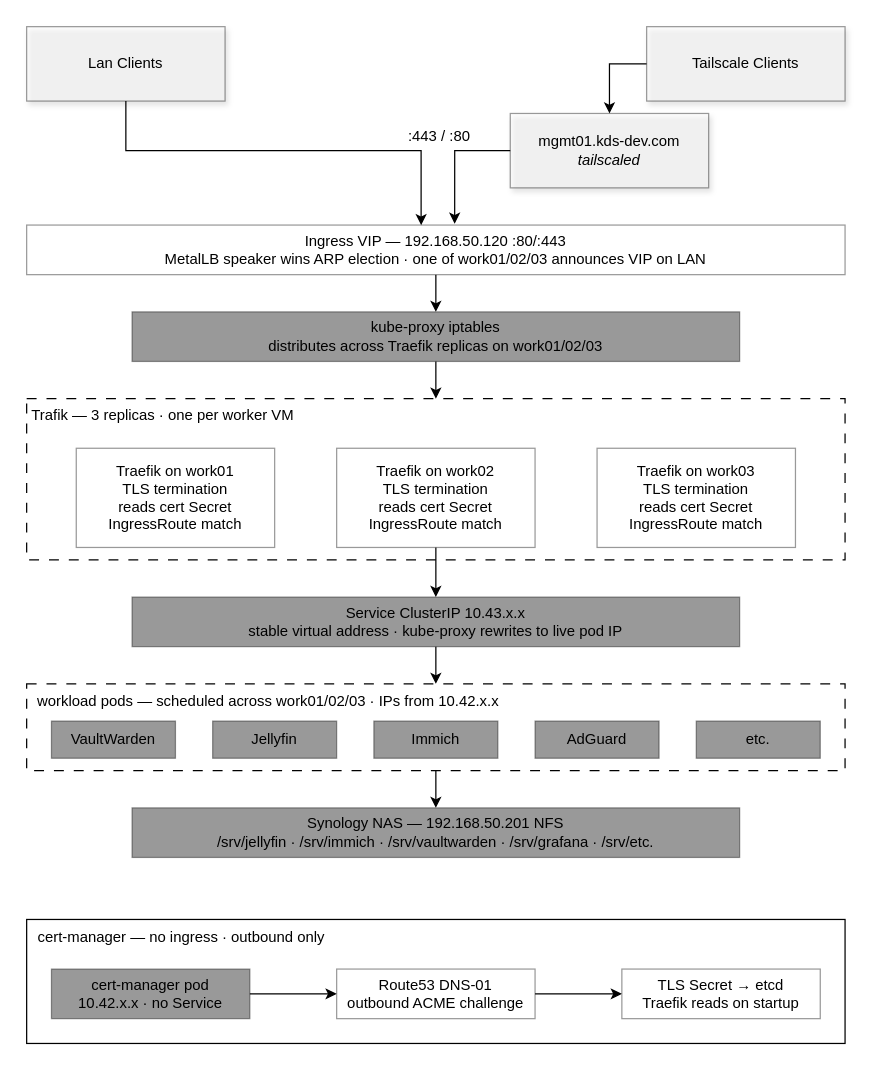
Above: page "Services" (3 of 4) of docs/assets/Diagrams.drawio in KDScheuer/Home-Lab (draw.io), before the change. Source tidied: cells renumbered, new cells numbered last; positions are measured from the earlier drawing's top-left corner, leaving out a move shared by most shapes. Both pictures are drawn from the tidied source at 124%, with x=0, y=0 at pixel (26, 26).
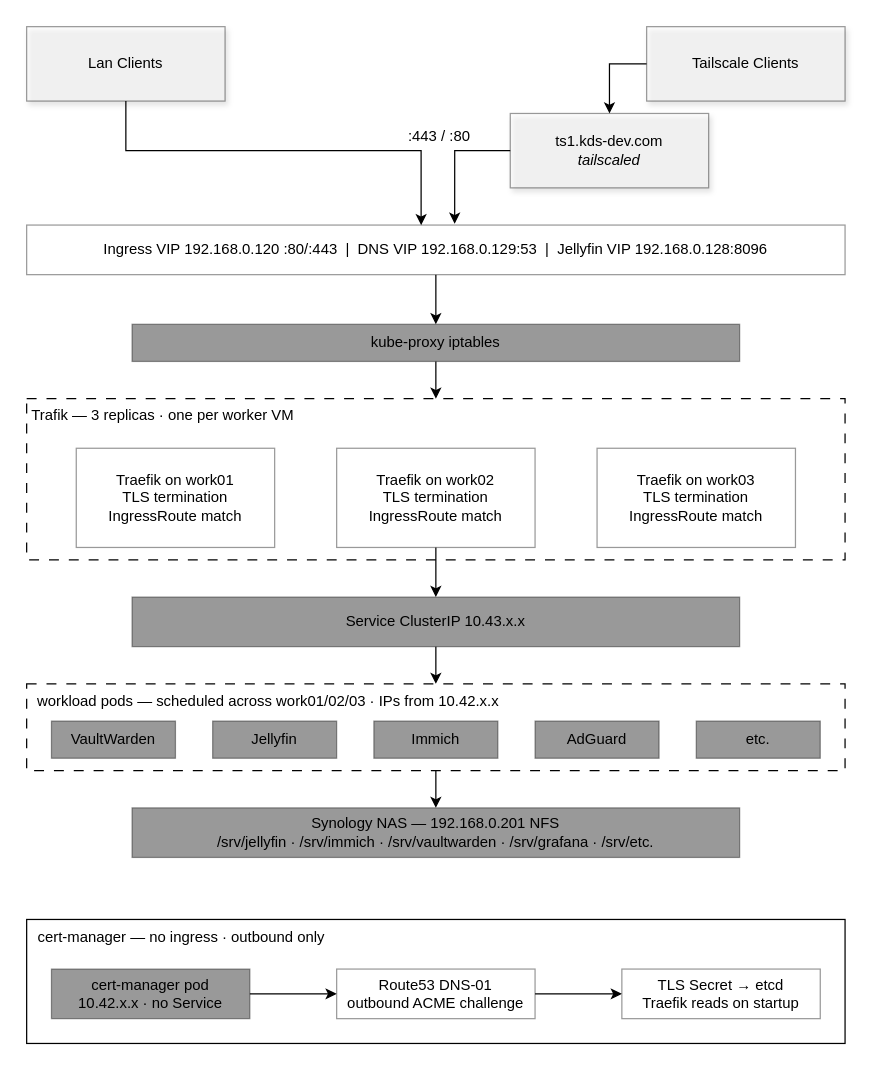
Above is the later version.

Diff of the diagram source:
```diff
@@
-    <mxCell id="5" value="&lt;div&gt;mgmt01.kds-dev.com&lt;/div&gt;&lt;div&gt;&lt;span style=&quot;background-color: transparent; color: light-dark(rgb(0, 0, 0), rgb(255, 255, 255));&quot;&gt;&lt;i&gt;tailscaled&lt;/i&gt;&lt;/span&gt;&lt;/div&gt;" style="rounded=0;whiteSpace=wrap;html=1;fillColor=light-dark(#FFFFFF,#666600);shadow=1;opacity=40;" parent="1" vertex="1">
+    <mxCell id="5" value="&lt;div&gt;ts1.kds-dev.com&lt;/div&gt;&lt;div&gt;&lt;span style=&quot;background-color: transparent; color: light-dark(rgb(0, 0, 0), rgb(255, 255, 255));&quot;&gt;&lt;i&gt;tailscaled&lt;/i&gt;&lt;/span&gt;&lt;/div&gt;" style="rounded=0;whiteSpace=wrap;html=1;fillColor=light-dark(#FFFFFF,#666600);shadow=1;opacity=40;" parent="1" vertex="1">
       <mxGeometry x="390" y="70" width="160" height="60" as="geometry" />
     </mxCell>
@@
-    <mxCell id="7" value="&lt;div&gt;Ingress VIP — 192.168.50.120 :80/:443&lt;/div&gt;&lt;div&gt;MetalLB speaker wins ARP election · one of work01/02/03 announces VIP on LAN&lt;/div&gt;" style="rounded=0;whiteSpace=wrap;html=1;fillColor=light-dark(#FFFFFF,#663300);opacity=40;" parent="1" vertex="1">
+    <mxCell id="7" value="Ingress VIP 192.168.0.120 :80/:443&amp;nbsp; |&amp;nbsp; DNS VIP 192.168.0.129:53&amp;nbsp; |&amp;nbsp; Jellyfin VIP 192.168.0.128:8096" style="rounded=0;whiteSpace=wrap;html=1;fillColor=light-dark(#FFFFFF,#663300);opacity=40;" parent="1" vertex="1">
       <mxGeometry y="160" width="660" height="40" as="geometry" />
     </mxCell>
@@
-    <mxCell id="11" value="&lt;div&gt;kube-proxy iptables&lt;/div&gt;&lt;div&gt;distributes across Traefik replicas on work01/02/03&lt;/div&gt;" style="rounded=0;whiteSpace=wrap;html=1;fillColor=light-dark(#000000,#B3B3B3);opacity=40;" parent="1" vertex="1">
-      <mxGeometry x="85" y="230" width="490" height="40" as="geometry" />
+    <mxCell id="11" value="kube-proxy iptables" style="rounded=0;whiteSpace=wrap;html=1;fillColor=light-dark(#000000,#B3B3B3);opacity=40;" parent="1" vertex="1">
+      <mxGeometry x="85" y="240" width="490" height="30" as="geometry" />
     </mxCell>
@@
-    <mxCell id="15" value="&lt;div&gt;Traefik on work02&lt;/div&gt;&lt;div&gt;TLS termination&lt;/div&gt;&lt;div&gt;reads cert Secret&lt;/div&gt;&lt;div&gt;IngressRoute match&lt;/div&gt;" style="rounded=0;whiteSpace=wrap;html=1;fillColor=light-dark(#FFFFFF,#006600);opacity=40;" parent="1" vertex="1">
+    <mxCell id="15" value="&lt;div&gt;Traefik on work02&lt;/div&gt;&lt;div&gt;TLS termination&lt;/div&gt;&lt;div&gt;IngressRoute match&lt;/div&gt;" style="rounded=0;whiteSpace=wrap;html=1;fillColor=light-dark(#FFFFFF,#006600);opacity=40;" parent="1" vertex="1">
       <mxGeometry x="250" y="340" width="160" height="80" as="geometry" />
     </mxCell>
-    <mxCell id="16" value="&lt;div&gt;Traefik on work01&lt;/div&gt;&lt;div&gt;TLS termination&lt;/div&gt;&lt;div&gt;reads cert Secret&lt;/div&gt;&lt;div&gt;IngressRoute match&lt;/div&gt;" style="rounded=0;whiteSpace=wrap;html=1;fillColor=light-dark(#FFFFFF,#006600);opacity=40;" parent="1" vertex="1">
+    <mxCell id="16" value="&lt;div&gt;Traefik on work01&lt;/div&gt;&lt;div&gt;TLS termination&lt;/div&gt;&lt;div&gt;IngressRoute match&lt;/div&gt;" style="rounded=0;whiteSpace=wrap;html=1;fillColor=light-dark(#FFFFFF,#006600);opacity=40;" parent="1" vertex="1">
       <mxGeometry x="40" y="340" width="160" height="80" as="geometry" />
     </mxCell>
-    <mxCell id="17" value="&lt;div&gt;Traefik on work03&lt;/div&gt;&lt;div&gt;TLS termination&lt;/div&gt;&lt;div&gt;reads cert Secret&lt;/div&gt;&lt;div&gt;IngressRoute match&lt;/div&gt;" style="rounded=0;whiteSpace=wrap;html=1;fillColor=light-dark(#FFFFFF,#006600);opacity=40;" parent="1" vertex="1">
+    <mxCell id="17" value="&lt;div&gt;Traefik on work03&lt;/div&gt;&lt;div&gt;TLS termination&lt;/div&gt;&lt;div&gt;IngressRoute match&lt;/div&gt;" style="rounded=0;whiteSpace=wrap;html=1;fillColor=light-dark(#FFFFFF,#006600);opacity=40;" parent="1" vertex="1">
       <mxGeometry x="460" y="340" width="160" height="80" as="geometry" />
     </mxCell>
@@
-    <mxCell id="19" value="&lt;div&gt;Service ClusterIP 10.43.x.x&lt;/div&gt;&lt;div&gt;stable virtual address · kube-proxy rewrites to live pod IP&lt;/div&gt;" style="rounded=0;whiteSpace=wrap;html=1;fillColor=light-dark(#000000,#B3B3B3);opacity=40;" parent="1" vertex="1">
+    <mxCell id="19" value="Service ClusterIP 10.43.x.x" style="rounded=0;whiteSpace=wrap;html=1;fillColor=light-dark(#000000,#B3B3B3);opacity=40;" parent="1" vertex="1">
       <mxGeometry x="85" y="460" width="490" height="40" as="geometry" />
     </mxCell>
@@
-    <mxCell id="28" value="&lt;div&gt;Synology NAS — 192.168.50.201 NFS&lt;/div&gt;&lt;div&gt;/srv/jellyfin · /srv/immich · /srv/vaultwarden · /srv/grafana · /srv/etc.&lt;/div&gt;" style="rounded=0;whiteSpace=wrap;html=1;fillColor=light-dark(#000000,#003366);opacity=40;" parent="1" vertex="1">
+    <mxCell id="28" value="&lt;div&gt;Synology NAS — 192.168.0.201 NFS&lt;/div&gt;&lt;div&gt;/srv/jellyfin · /srv/immich · /srv/vaultwarden · /srv/grafana · /srv/etc.&lt;/div&gt;" style="rounded=0;whiteSpace=wrap;html=1;fillColor=light-dark(#000000,#003366);opacity=40;" parent="1" vertex="1">
       <mxGeometry x="85" y="630" width="490" height="40" as="geometry" />
     </mxCell>
```
